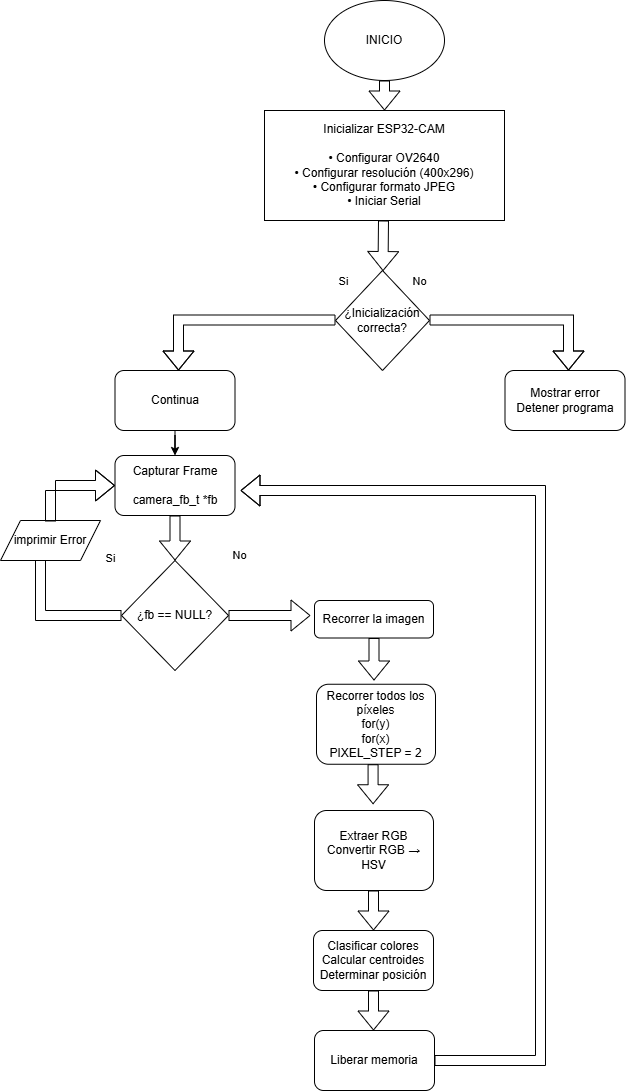
This is src/CAMARAROBOT/diagramaDeESP32.png from fastwheels13id-code/WRO-2026-Future-Engineers-, a draw.io export, as it was before one commit. Source tidied: cells renumbered, new cells last; positions are measured from the earlier drawing's top-left corner, leaving out a move shared by most shapes.
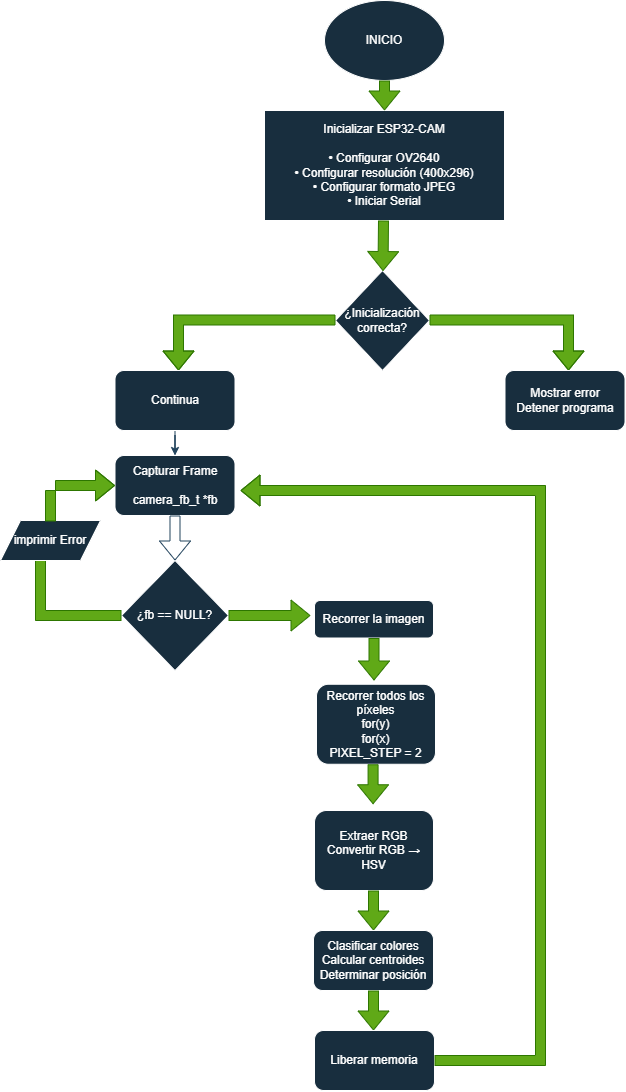
After the commit.

Diff of the diagram source:
```diff
@@ -2,27 +2,27 @@
   <root>
     <mxCell id="0" />
     <mxCell id="1" parent="0" />
-    <mxCell id="2" value="INICIO" style="ellipse;whiteSpace=wrap;html=1;" parent="1" vertex="1">
+    <mxCell id="2" value="INICIO" style="ellipse;whiteSpace=wrap;html=1;labelBackgroundColor=none;fillColor=#182E3E;strokeColor=#FFFFFF;fontColor=#FFFFFF;" parent="1" vertex="1">
       <mxGeometry x="324" width="120" height="80" as="geometry" />
     </mxCell>
-    <mxCell id="3" value="Inicializar ESP32-CAM&lt;br/&gt;&lt;br/&gt;• Configurar OV2640&lt;br/&gt;• Configurar resolución (400x296)&lt;br/&gt;• Configurar formato JPEG&lt;br/&gt;• Iniciar Serial" style="rounded=0;whiteSpace=wrap;html=1;" parent="1" vertex="1">
+    <mxCell id="3" value="Inicializar ESP32-CAM&lt;br/&gt;&lt;br/&gt;• Configurar OV2640&lt;br/&gt;• Configurar resolución (400x296)&lt;br/&gt;• Configurar formato JPEG&lt;br/&gt;• Iniciar Serial" style="rounded=0;whiteSpace=wrap;html=1;labelBackgroundColor=none;fillColor=#182E3E;strokeColor=#FFFFFF;fontColor=#FFFFFF;" parent="1" vertex="1">
       <mxGeometry x="264" y="110" width="240" height="110" as="geometry" />
     </mxCell>
-    <mxCell id="4" style="shape=flexArrow;endArrow=classic;html=1;rounded=0;" parent="1" edge="1">
+    <mxCell id="4" style="shape=flexArrow;endArrow=classic;html=1;rounded=0;labelBackgroundColor=none;strokeColor=#2D7600;fontColor=default;fillColor=#60a917;" parent="1" edge="1">
       <mxGeometry relative="1" as="geometry">
         <mxPoint x="384" y="80" as="sourcePoint" />
         <mxPoint x="384" y="110" as="targetPoint" />
       </mxGeometry>
     </mxCell>
-    <mxCell id="5" value="¿Inicialización correcta?" style="rhombus;whiteSpace=wrap;html=1;" parent="1" vertex="1">
+    <mxCell id="5" value="¿Inicialización correcta?" style="rhombus;whiteSpace=wrap;html=1;labelBackgroundColor=none;fillColor=#182E3E;strokeColor=#FFFFFF;fontColor=#FFFFFF;" parent="1" vertex="1">
       <mxGeometry x="335" y="270" width="94" height="100" as="geometry" />
     </mxCell>
-    <mxCell id="6" style="shape=flexArrow;endArrow=classic;html=1;rounded=0;" parent="1" edge="1" target="5">
+    <mxCell id="6" style="shape=flexArrow;endArrow=classic;html=1;rounded=0;labelBackgroundColor=none;strokeColor=#2D7600;fontColor=default;fillColor=#60a917;" parent="1" edge="1" target="5">
       <mxGeometry relative="1" as="geometry">
         <mxPoint x="383" y="220" as="sourcePoint" />
       </mxGeometry>
     </mxCell>
-    <mxCell id="7" style="shape=flexArrow;endArrow=classic;html=1;rounded=0;" parent="1" edge="1">
+    <mxCell id="7" style="shape=flexArrow;endArrow=classic;html=1;rounded=0;labelBackgroundColor=none;strokeColor=#2D7600;fontColor=default;fillColor=#60a917;" parent="1" edge="1">
       <mxGeometry relative="1" as="geometry">
         <mxPoint x="335" y="319.5" as="sourcePoint" />
         <mxPoint x="178" y="370" as="targetPoint" />
@@ -31,12 +31,12 @@
         </Array>
       </mxGeometry>
     </mxCell>
-    <mxCell id="8" value="No" style="edgeLabel;html=1;align=center;verticalAlign=middle;" parent="7" vertex="1">
+    <mxCell id="8" value="No" style="edgeLabel;html=1;align=center;verticalAlign=middle;labelBackgroundColor=none;fontColor=light-dark(#FFFFFF,#FF3333);" parent="7" vertex="1">
       <mxGeometry x="-0.6" y="5" relative="1" as="geometry">
         <mxPoint x="125" y="-44" as="offset" />
       </mxGeometry>
     </mxCell>
-    <mxCell id="9" style="shape=flexArrow;endArrow=classic;html=1;rounded=0;" parent="1" edge="1">
+    <mxCell id="9" style="shape=flexArrow;endArrow=classic;html=1;rounded=0;labelBackgroundColor=none;strokeColor=#2D7600;fontColor=default;fillColor=#60a917;" parent="1" edge="1">
       <mxGeometry relative="1" as="geometry">
         <mxPoint x="429" y="319.5" as="sourcePoint" />
         <mxPoint x="568" y="370" as="targetPoint" />
@@ -45,32 +45,32 @@
         </Array>
       </mxGeometry>
     </mxCell>
-    <mxCell id="10" value="Si" style="edgeLabel;html=1;align=center;verticalAlign=middle;" parent="9" vertex="1">
+    <mxCell id="10" value="Si" style="edgeLabel;html=1;align=center;verticalAlign=middle;labelBackgroundColor=none;fontColor=light-dark(#FFFFFF,#FF6666);" parent="9" vertex="1">
       <mxGeometry x="-0.49" relative="1" as="geometry">
         <mxPoint x="-135" y="-39" as="offset" />
       </mxGeometry>
     </mxCell>
-    <mxCell id="11" value="Mostrar error&lt;div&gt;Detener programa&lt;/div&gt;" style="rounded=1;whiteSpace=wrap;html=1;" parent="1" vertex="1">
+    <mxCell id="11" value="Mostrar error&lt;div&gt;Detener programa&lt;/div&gt;" style="rounded=1;whiteSpace=wrap;html=1;labelBackgroundColor=none;fillColor=#182E3E;strokeColor=#FFFFFF;fontColor=#FFFFFF;" parent="1" vertex="1">
       <mxGeometry x="504.5" y="370" width="120" height="60" as="geometry" />
     </mxCell>
-    <mxCell id="12" style="edgeStyle=orthogonalEdgeStyle;rounded=0;jettySize=auto;html=1;" parent="1" edge="1" source="13" target="14">
+    <mxCell id="12" style="edgeStyle=orthogonalEdgeStyle;rounded=0;jettySize=auto;html=1;labelBackgroundColor=none;strokeColor=#23445D;fontColor=default;" parent="1" edge="1" source="13" target="14">
       <mxGeometry relative="1" as="geometry" />
     </mxCell>
-    <mxCell id="13" value="Continua" style="rounded=1;whiteSpace=wrap;html=1;" parent="1" vertex="1">
+    <mxCell id="13" value="Continua" style="rounded=1;whiteSpace=wrap;html=1;labelBackgroundColor=none;fillColor=#182E3E;strokeColor=#FFFFFF;fontColor=#FFFFFF;" parent="1" vertex="1">
       <mxGeometry x="114.5" y="370" width="120" height="60" as="geometry" />
     </mxCell>
-    <mxCell id="14" value="Capturar Frame&lt;br/&gt;&lt;br/&gt;camera_fb_t *fb" style="rounded=1;whiteSpace=wrap;html=1;" parent="1" vertex="1">
+    <mxCell id="14" value="Capturar Frame&lt;br/&gt;&lt;br/&gt;camera_fb_t *fb" style="rounded=1;whiteSpace=wrap;html=1;labelBackgroundColor=none;fillColor=#182E3E;strokeColor=#FFFFFF;fontColor=#FFFFFF;" parent="1" vertex="1">
       <mxGeometry x="114.5" y="455" width="120" height="60" as="geometry" />
     </mxCell>
-    <mxCell id="15" style="shape=flexArrow;endArrow=classic;html=1;rounded=0;exitX=0.5;exitY=1;exitDx=0;exitDy=0;" parent="1" edge="1" source="14">
+    <mxCell id="15" style="shape=flexArrow;endArrow=classic;html=1;rounded=0;exitX=0.5;exitY=1;exitDx=0;exitDy=0;labelBackgroundColor=none;strokeColor=#23445D;fontColor=default;" parent="1" edge="1" source="14">
       <mxGeometry relative="1" as="geometry">
         <mxPoint x="174.5" y="560" as="targetPoint" />
       </mxGeometry>
     </mxCell>
-    <mxCell id="16" value="¿fb == NULL?" style="rhombus;whiteSpace=wrap;html=1;" parent="1" vertex="1">
+    <mxCell id="16" value="¿fb == NULL?" style="rhombus;whiteSpace=wrap;html=1;labelBackgroundColor=none;fillColor=#182E3E;strokeColor=#FFFFFF;fontColor=#FFFFFF;" parent="1" vertex="1">
       <mxGeometry x="121" y="560" width="107" height="110" as="geometry" />
     </mxCell>
-    <mxCell id="17" style="shape=flexArrow;endArrow=classic;html=1;rounded=0;exitX=0;exitY=0.5;exitDx=0;exitDy=0;entryX=0.4;entryY=1;entryDx=0;entryDy=0;entryPerimeter=0;" parent="1" edge="1" source="16">
+    <mxCell id="17" style="shape=flexArrow;endArrow=classic;html=1;rounded=0;exitX=0;exitY=0.5;exitDx=0;exitDy=0;entryX=0.4;entryY=1;entryDx=0;entryDy=0;entryPerimeter=0;labelBackgroundColor=none;strokeColor=#2D7600;fontColor=default;fillColor=#60a917;" parent="1" edge="1" source="16">
       <mxGeometry relative="1" as="geometry">
         <mxPoint x="40" y="540" as="targetPoint" />
         <Array as="points">
@@ -78,25 +78,25 @@
         </Array>
       </mxGeometry>
     </mxCell>
-    <mxCell id="18" style="shape=flexArrow;endArrow=classic;html=1;rounded=0;exitX=1;exitY=0.5;exitDx=0;exitDy=0;" parent="1" edge="1" source="16">
+    <mxCell id="18" style="shape=flexArrow;endArrow=classic;html=1;rounded=0;exitX=1;exitY=0.5;exitDx=0;exitDy=0;labelBackgroundColor=none;strokeColor=#2D7600;fontColor=default;fillColor=#60a917;" parent="1" edge="1" source="16">
       <mxGeometry relative="1" as="geometry">
         <mxPoint x="310" y="615" as="targetPoint" />
       </mxGeometry>
     </mxCell>
-    <mxCell id="19" value="No" style="edgeLabel;html=1;align=center;verticalAlign=middle;" parent="1" vertex="1">
+    <mxCell id="19" value="No" style="edgeLabel;html=1;align=center;verticalAlign=middle;labelBackgroundColor=none;fontColor=light-dark(#FFFFFF,#FF3333);fillColor=#1ba1e2;strokeColor=#006EAF;" parent="1" vertex="1">
       <mxGeometry x="264" y="530" as="geometry">
         <mxPoint x="-26" y="24" as="offset" />
       </mxGeometry>
     </mxCell>
-    <mxCell id="20" value="Si" style="edgeLabel;html=1;align=center;verticalAlign=middle;" parent="1" vertex="1">
+    <mxCell id="20" value="Si" style="edgeLabel;html=1;align=center;verticalAlign=middle;labelBackgroundColor=none;fontColor=light-dark(#FFFFFF, #b21010);" parent="1" vertex="1">
       <mxGeometry x="110" y="530" as="geometry">
         <mxPoint x="-1" y="27" as="offset" />
       </mxGeometry>
     </mxCell>
-    <mxCell id="21" value="imprimir Error" style="shape=parallelogram;perimeter=parallelogramPerimeter;whiteSpace=wrap;html=1;fixedSize=1;" parent="1" vertex="1">
+    <mxCell id="21" value="imprimir Error" style="shape=parallelogram;perimeter=parallelogramPerimeter;whiteSpace=wrap;html=1;fixedSize=1;labelBackgroundColor=none;fillColor=#182E3E;strokeColor=#FFFFFF;fontColor=#FFFFFF;" parent="1" vertex="1">
       <mxGeometry y="520" width="100" height="40" as="geometry" />
     </mxCell>
-    <mxCell id="22" style="shape=flexArrow;endArrow=classic;html=1;rounded=0;exitX=0.5;exitY=0;exitDx=0;exitDy=0;entryX=0;entryY=0.5;entryDx=0;entryDy=0;" parent="1" edge="1" source="21" target="14">
+    <mxCell id="22" style="shape=flexArrow;endArrow=classic;html=1;rounded=0;exitX=0.5;exitY=0;exitDx=0;exitDy=0;entryX=0;entryY=0.5;entryDx=0;entryDy=0;labelBackgroundColor=none;strokeColor=#2D7600;fontColor=default;fillColor=#60a917;" parent="1" edge="1" source="21" target="14">
       <mxGeometry relative="1" as="geometry">
         <Array as="points">
           <mxPoint x="50" y="600" />
@@ -104,45 +104,45 @@
         </Array>
       </mxGeometry>
     </mxCell>
-    <mxCell id="23" value="Recorrer la imagen" style="rounded=1;whiteSpace=wrap;html=1;" parent="1" vertex="1">
+    <mxCell id="23" value="Recorrer la imagen" style="rounded=1;whiteSpace=wrap;html=1;labelBackgroundColor=none;fillColor=#182E3E;strokeColor=#FFFFFF;fontColor=#FFFFFF;" parent="1" vertex="1">
       <mxGeometry x="314" y="600" width="119" height="37.5" as="geometry" />
     </mxCell>
-    <mxCell id="24" style="shape=flexArrow;endArrow=classic;html=1;rounded=0;exitX=0.5;exitY=1;exitDx=0;exitDy=0;" parent="1" edge="1" source="23">
+    <mxCell id="24" style="shape=flexArrow;endArrow=classic;html=1;rounded=0;exitX=0.5;exitY=1;exitDx=0;exitDy=0;labelBackgroundColor=none;strokeColor=#2D7600;fontColor=default;fillColor=#60a917;" parent="1" edge="1" source="23">
       <mxGeometry relative="1" as="geometry">
         <mxPoint x="373.5" y="680" as="targetPoint" />
       </mxGeometry>
     </mxCell>
-    <mxCell id="25" value="Recorrer todos los píxeles&lt;br&gt;for(y)&lt;div&gt;for(x)&lt;br&gt;PIXEL_STEP = 2&lt;/div&gt;" style="rounded=1;whiteSpace=wrap;html=1;" parent="1" vertex="1">
+    <mxCell id="25" value="Recorrer todos los píxeles&lt;br&gt;for(y)&lt;div&gt;for(x)&lt;br&gt;PIXEL_STEP = 2&lt;/div&gt;" style="rounded=1;whiteSpace=wrap;html=1;labelBackgroundColor=none;fillColor=#182E3E;strokeColor=#FFFFFF;fontColor=#FFFFFF;" parent="1" vertex="1">
       <mxGeometry x="316" y="683.8" width="119" height="80" as="geometry" />
     </mxCell>
-    <mxCell id="26" value="Extraer RGB&lt;div&gt;Convertir RGB → HSV&lt;/div&gt;" style="rounded=1;whiteSpace=wrap;html=1;" parent="1" vertex="1">
+    <mxCell id="26" value="Extraer RGB&lt;div&gt;Convertir RGB → HSV&lt;/div&gt;" style="rounded=1;whiteSpace=wrap;html=1;labelBackgroundColor=none;fillColor=#182E3E;strokeColor=#FFFFFF;fontColor=#FFFFFF;" parent="1" vertex="1">
       <mxGeometry x="314" y="810" width="119" height="80" as="geometry" />
     </mxCell>
-    <mxCell id="27" style="shape=flexArrow;endArrow=classic;html=1;rounded=0;exitX=0.5;exitY=1;exitDx=0;exitDy=0;" parent="1" edge="1">
+    <mxCell id="27" style="shape=flexArrow;endArrow=classic;html=1;rounded=0;exitX=0.5;exitY=1;exitDx=0;exitDy=0;labelBackgroundColor=none;strokeColor=#2D7600;fontColor=default;fillColor=#60a917;" parent="1" edge="1">
       <mxGeometry relative="1" as="geometry">
         <mxPoint x="372.6" y="763.8" as="sourcePoint" />
         <mxPoint x="372.6" y="803.8" as="targetPoint" />
       </mxGeometry>
     </mxCell>
-    <mxCell id="28" style="shape=flexArrow;endArrow=classic;html=1;rounded=0;exitX=0.5;exitY=1;exitDx=0;exitDy=0;" parent="1" edge="1">
+    <mxCell id="28" style="shape=flexArrow;endArrow=classic;html=1;rounded=0;exitX=0.5;exitY=1;exitDx=0;exitDy=0;labelBackgroundColor=none;strokeColor=#2D7600;fontColor=default;fillColor=#60a917;" parent="1" edge="1">
       <mxGeometry relative="1" as="geometry">
         <mxPoint x="373" y="890" as="sourcePoint" />
         <mxPoint x="373" y="930" as="targetPoint" />
       </mxGeometry>
     </mxCell>
-    <mxCell id="29" value="Clasificar colores&lt;div&gt;Calcular centroides&lt;/div&gt;&lt;div&gt;Determinar posición&lt;/div&gt;" style="rounded=1;whiteSpace=wrap;html=1;" parent="1" vertex="1">
+    <mxCell id="29" value="Clasificar colores&lt;div&gt;Calcular centroides&lt;/div&gt;&lt;div&gt;Determinar posición&lt;/div&gt;" style="rounded=1;whiteSpace=wrap;html=1;labelBackgroundColor=none;fillColor=#182E3E;strokeColor=#FFFFFF;fontColor=#FFFFFF;" parent="1" vertex="1">
       <mxGeometry x="313" y="930" width="120" height="60" as="geometry" />
     </mxCell>
-    <mxCell id="30" style="shape=flexArrow;endArrow=classic;html=1;rounded=0;exitX=0.5;exitY=1;exitDx=0;exitDy=0;" parent="1" edge="1">
+    <mxCell id="30" style="shape=flexArrow;endArrow=classic;html=1;rounded=0;exitX=0.5;exitY=1;exitDx=0;exitDy=0;labelBackgroundColor=none;strokeColor=#2D7600;fontColor=default;fillColor=#60a917;" parent="1" edge="1">
       <mxGeometry relative="1" as="geometry">
         <mxPoint x="373" y="990" as="sourcePoint" />
         <mxPoint x="373" y="1030" as="targetPoint" />
       </mxGeometry>
     </mxCell>
-    <mxCell id="31" value="Liberar memoria" style="rounded=1;whiteSpace=wrap;html=1;" parent="1" vertex="1">
+    <mxCell id="31" value="Liberar memoria" style="rounded=1;whiteSpace=wrap;html=1;labelBackgroundColor=none;fillColor=#182E3E;strokeColor=#FFFFFF;fontColor=#FFFFFF;" parent="1" vertex="1">
       <mxGeometry x="314" y="1030" width="120" height="60" as="geometry" />
     </mxCell>
-    <mxCell id="32" style="shape=flexArrow;endArrow=classic;html=1;rounded=0;exitX=1;exitY=0.5;exitDx=0;exitDy=0;" parent="1" edge="1" source="31">
+    <mxCell id="32" style="shape=flexArrow;endArrow=classic;html=1;rounded=0;exitX=1;exitY=0.5;exitDx=0;exitDy=0;labelBackgroundColor=none;strokeColor=#2D7600;fontColor=default;fillColor=#60a917;" parent="1" edge="1" source="31">
       <mxGeometry relative="1" as="geometry">
         <mxPoint x="240" y="490" as="targetPoint" />
         <Array as="points">
```
